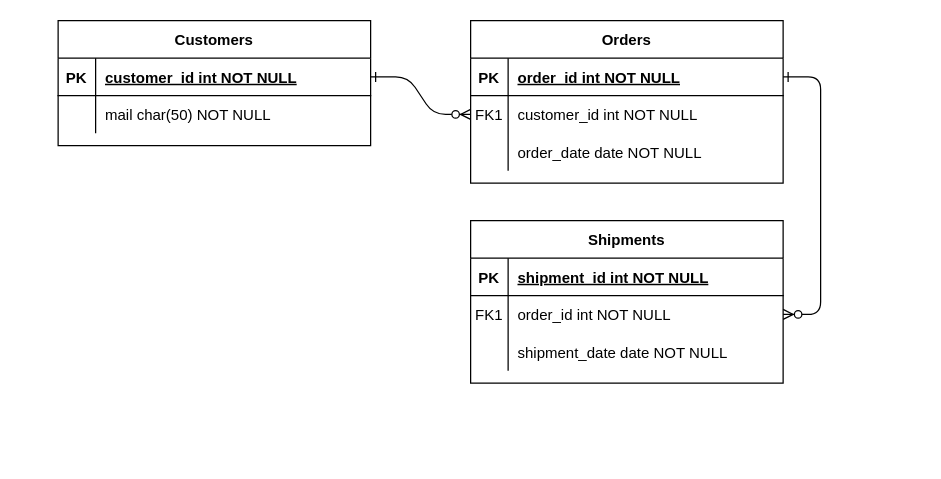
Before: Untitled Diagram.drawio in elalecode/Test-FullStack, a draw.io diagram. Source tidied: cells renumbered, new cells numbered last; positions are measured from the earlier drawing's top-left corner, leaving out a move shared by most shapes. Both pictures are drawn from the tidied source at 125%, with x=0, y=0 at pixel (58, 20).
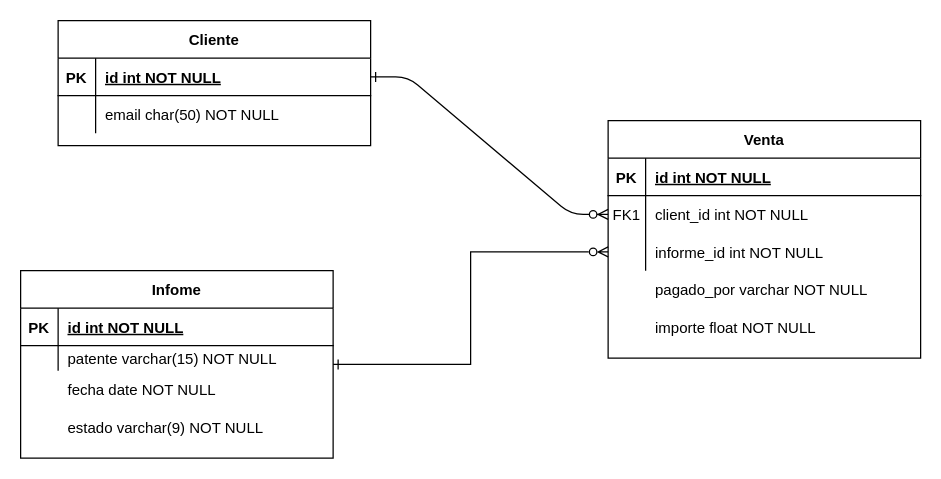
Above is the later version.

Commit message:
ER finalizado Ejercicio 1

Unchanged cells that the change refers to:
```xml
<mxCell id="5" style="shape=partialRectangle;fillColor=none;points=[[0,0.5],[1,0.5]];portConstraint=eastwest;top=0;left=0;right=0;bottom=1;" parent="4" vertex="1">
  <mxGeometry y="30" width="250" height="30" as="geometry" />
</mxCell>
<mxCell id="8" style="shape=partialRectangle;fillColor=none;points=[[0,0.5],[1,0.5]];portConstraint=eastwest;top=0;left=0;right=0;bottom=0;" parent="4" vertex="1">
  <mxGeometry y="60" width="250" height="30" as="geometry" />
</mxCell>
<mxCell id="11" style="shape=partialRectangle;fillColor=none;points=[[0,0.5],[1,0.5]];portConstraint=eastwest;top=0;left=0;right=0;bottom=0;" parent="4" vertex="1">
  <mxGeometry y="90" width="250" height="30" as="geometry" />
</mxCell>
<mxCell id="15" style="shape=partialRectangle;fillColor=none;top=0;left=0;right=0;bottom=1;" parent="14" vertex="1">
  <mxGeometry y="30" width="250" height="30" as="geometry" />
</mxCell>
<mxCell id="25" style="shape=partialRectangle;fillColor=none;points=[[0,0.5],[1,0.5]];portConstraint=eastwest;top=0;left=0;right=0;bottom=1;" parent="24" vertex="1">
  <mxGeometry y="30" width="250" height="30" as="geometry" />
</mxCell>
<mxCell id="28" style="shape=partialRectangle;fillColor=none;top=0;left=0;right=0;bottom=0;" parent="24" vertex="1">
  <mxGeometry y="60" width="250" height="30" as="geometry" />
</mxCell>
```

Diff of the diagram source:
```diff
@@
-    <mxCell id="3" style="edgeStyle=entityRelationEdgeStyle;endArrow=ERzeroToMany;startArrow=ERone;endFill=1;startFill=0;" parent="1" edge="1" source="5" target="18">
-      <mxGeometry relative="1" as="geometry" />
-    </mxCell>
-    <mxCell id="4" value="Orders" style="shape=table;startSize=30;childLayout=tableLayout;rowLines=0;fontStyle=1;align=center;" parent="1" vertex="1">
-      <mxGeometry x="330" width="250" height="130" as="geometry" />
+    <mxCell id="4" value="Venta" style="shape=table;startSize=30;childLayout=tableLayout;rowLines=0;fontStyle=1;align=center;" parent="1" vertex="1">
+      <mxGeometry x="440" y="80" width="250" height="190" as="geometry" />
     </mxCell>
@@
-    <mxCell id="7" value="order_id int NOT NULL " style="shape=partialRectangle;overflow=hidden;fillColor=none;top=0;left=0;bottom=0;right=0;align=left;spacingLeft=6;fontStyle=5;" parent="5" vertex="1">
+    <mxCell id="7" value="id int NOT NULL " style="shape=partialRectangle;overflow=hidden;fillColor=none;top=0;left=0;bottom=0;right=0;align=left;spacingLeft=6;fontStyle=5;" parent="5" vertex="1">
       <mxGeometry x="30" width="220" height="30" as="geometry" />
     </mxCell>
@@
-    <mxCell id="10" value="customer_id int NOT NULL" style="shape=partialRectangle;overflow=hidden;fillColor=none;top=0;left=0;bottom=0;right=0;align=left;spacingLeft=6;" parent="8" vertex="1">
+    <mxCell id="10" value="client_id int NOT NULL" style="shape=partialRectangle;overflow=hidden;fillColor=none;top=0;left=0;bottom=0;right=0;align=left;spacingLeft=6;" parent="8" vertex="1">
       <mxGeometry x="30" width="220" height="30" as="geometry" />
     </mxCell>
@@
-    <mxCell id="13" value="order_date date NOT NULL" style="shape=partialRectangle;overflow=hidden;fillColor=none;top=0;left=0;bottom=0;right=0;align=left;spacingLeft=6;" parent="11" vertex="1">
+    <mxCell id="13" value="informe_id int NOT NULL" style="shape=partialRectangle;overflow=hidden;fillColor=none;top=0;left=0;bottom=0;right=0;align=left;spacingLeft=6;" parent="11" vertex="1">
       <mxGeometry x="30" width="220" height="30" as="geometry" />
     </mxCell>
+    <mxCell id="31" style="edgeStyle=orthogonalEdgeStyle;rounded=0;jettySize=auto;html=1;entryX=0;entryY=0.5;entryDx=0;entryDy=0;endArrow=ERzeroToMany;endFill=0;startArrow=ERone;startFill=0;" parent="1" edge="1" source="14" target="11">
+      <mxGeometry relative="1" as="geometry" />
+    </mxCell>
-    <mxCell id="14" value="Shipments" style="shape=table;startSize=30;childLayout=tableLayout;rowLines=0;fontStyle=1;align=center;" parent="1" vertex="1">
-      <mxGeometry x="330" y="160" width="250" height="130" as="geometry" />
+    <mxCell id="14" value="Infome" style="shape=table;startSize=30;childLayout=tableLayout;rowLines=0;fontStyle=1;align=center;" parent="1" vertex="1">
+      <mxGeometry x="-30" y="200" width="250" height="150" as="geometry" />
     </mxCell>
@@
-    <mxCell id="17" value="shipment_id int NOT NULL " style="shape=partialRectangle;overflow=hidden;fillColor=none;top=0;left=0;bottom=0;right=0;align=left;spacingLeft=6;fontStyle=5;" parent="15" vertex="1">
+    <mxCell id="17" value="id int NOT NULL " style="shape=partialRectangle;overflow=hidden;fillColor=none;top=0;left=0;bottom=0;right=0;align=left;spacingLeft=6;fontStyle=5;" parent="15" vertex="1">
       <mxGeometry x="30" width="220" height="30" as="geometry" />
     </mxCell>
-    <mxCell id="18" style="shape=partialRectangle;fillColor=none;points=[[0,0.5],[1,0.5]];portConstraint=eastwest;top=0;left=0;right=0;bottom=0;" parent="14" vertex="1">
-      <mxGeometry y="60" width="250" height="30" as="geometry" />
-    </mxCell>
-    <mxCell id="19" value="FK1" style="shape=partialRectangle;overflow=hidden;fillColor=none;top=0;left=0;bottom=0;right=0;" parent="18" vertex="1">
-      <mxGeometry width="30" height="30" as="geometry" />
-    </mxCell>
-    <mxCell id="20" value="order_id int NOT NULL" style="shape=partialRectangle;overflow=hidden;fillColor=none;top=0;left=0;bottom=0;right=0;align=left;spacingLeft=6;" parent="18" vertex="1">
-      <mxGeometry x="30" width="220" height="30" as="geometry" />
-    </mxCell>
     <mxCell id="21" style="shape=partialRectangle;fillColor=none;top=0;left=0;right=0;bottom=0;" parent="14" vertex="1">
-      <mxGeometry y="90" width="250" height="30" as="geometry" />
+      <mxGeometry y="60" width="250" height="20" as="geometry" />
     </mxCell>
     <mxCell id="22" style="shape=partialRectangle;overflow=hidden;fillColor=none;top=0;left=0;bottom=0;right=0;" parent="21" vertex="1">
-      <mxGeometry width="30" height="30" as="geometry" />
+      <mxGeometry width="30" height="20" as="geometry" />
     </mxCell>
-    <mxCell id="23" value="shipment_date date NOT NULL" style="shape=partialRectangle;overflow=hidden;fillColor=none;top=0;left=0;bottom=0;right=0;align=left;spacingLeft=6;" parent="21" vertex="1">
-      <mxGeometry x="30" width="220" height="30" as="geometry" />
+    <mxCell id="23" value="patente varchar(15) NOT NULL" style="shape=partialRectangle;overflow=hidden;fillColor=none;top=0;left=0;bottom=0;right=0;align=left;spacingLeft=6;" parent="21" vertex="1">
+      <mxGeometry x="30" width="220" height="20" as="geometry" />
     </mxCell>
-    <mxCell id="24" value="Customers" style="shape=table;startSize=30;childLayout=tableLayout;rowLines=0;fontStyle=1;align=center;" parent="1" vertex="1">
+    <mxCell id="24" value="Cliente" style="shape=table;startSize=30;childLayout=tableLayout;rowLines=0;fontStyle=1;align=center;" parent="1" vertex="1">
       <mxGeometry width="250" height="100" as="geometry" />
     </mxCell>
@@
-    <mxCell id="27" value="customer_id int NOT NULL " style="shape=partialRectangle;overflow=hidden;fillColor=none;top=0;left=0;bottom=0;right=0;align=left;spacingLeft=6;fontStyle=5;" parent="25" vertex="1">
+    <mxCell id="27" value="id int NOT NULL " style="shape=partialRectangle;overflow=hidden;fillColor=none;top=0;left=0;bottom=0;right=0;align=left;spacingLeft=6;fontStyle=5;" parent="25" vertex="1">
       <mxGeometry x="30" width="220" height="30" as="geometry" />
     </mxCell>
@@
-    <mxCell id="30" value="mail char(50) NOT NULL" style="shape=partialRectangle;overflow=hidden;fillColor=none;top=0;left=0;bottom=0;right=0;align=left;spacingLeft=6;" parent="28" vertex="1">
+    <mxCell id="30" value="email char(50) NOT NULL" style="shape=partialRectangle;overflow=hidden;fillColor=none;top=0;left=0;bottom=0;right=0;align=left;spacingLeft=6;" parent="28" vertex="1">
       <mxGeometry x="30" width="220" height="30" as="geometry" />
     </mxCell>
+    <mxCell id="32" value="pagado_por varchar NOT NULL" style="shape=partialRectangle;overflow=hidden;fillColor=none;top=0;left=0;bottom=0;right=0;align=left;spacingLeft=6;" parent="1" vertex="1">
+      <mxGeometry x="470" y="200" width="220" height="30" as="geometry" />
+    </mxCell>
+    <mxCell id="33" value="importe float NOT NULL" style="shape=partialRectangle;overflow=hidden;fillColor=none;top=0;left=0;bottom=0;right=0;align=left;spacingLeft=6;" parent="1" vertex="1">
+      <mxGeometry x="470" y="230" width="220" height="30" as="geometry" />
+    </mxCell>
+    <mxCell id="34" value="fecha date NOT NULL" style="shape=partialRectangle;overflow=hidden;fillColor=none;top=0;left=0;bottom=0;right=0;align=left;spacingLeft=6;" parent="1" vertex="1">
+      <mxGeometry y="280" width="220" height="30" as="geometry" />
+    </mxCell>
+    <mxCell id="35" value="estado varchar(9) NOT NULL" style="shape=partialRectangle;overflow=hidden;fillColor=none;top=0;left=0;bottom=0;right=0;align=left;spacingLeft=6;" parent="1" vertex="1">
+      <mxGeometry y="310" width="220" height="30" as="geometry" />
+    </mxCell>
```
